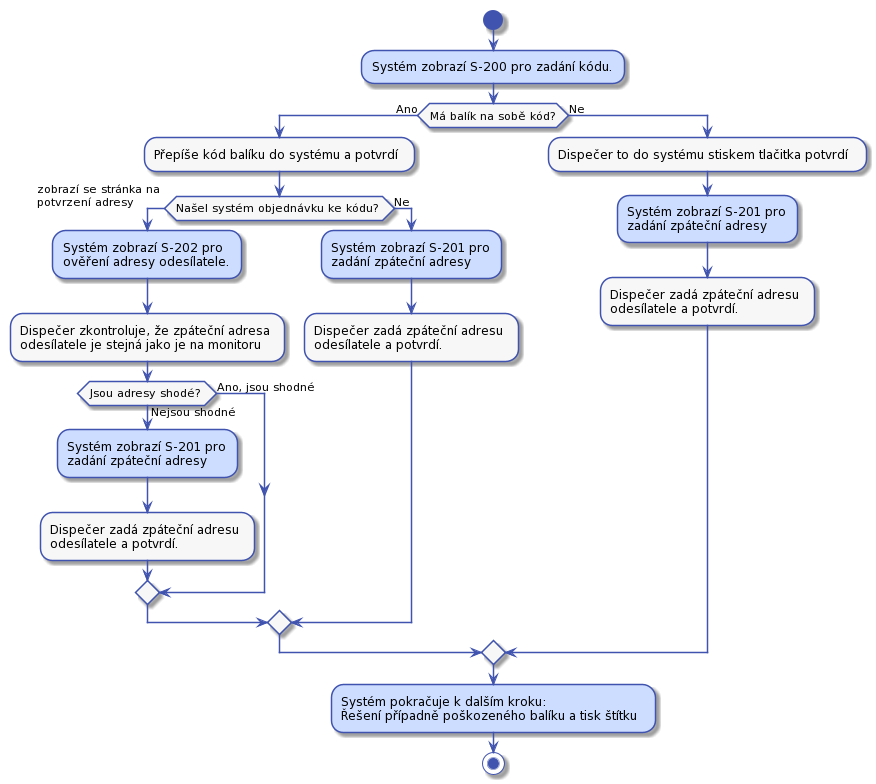
Internet-Handel/postman keeps this PlantUML diagram as docs/diagrams/out/uc-21-activity-2.png. Above is the earlier version.
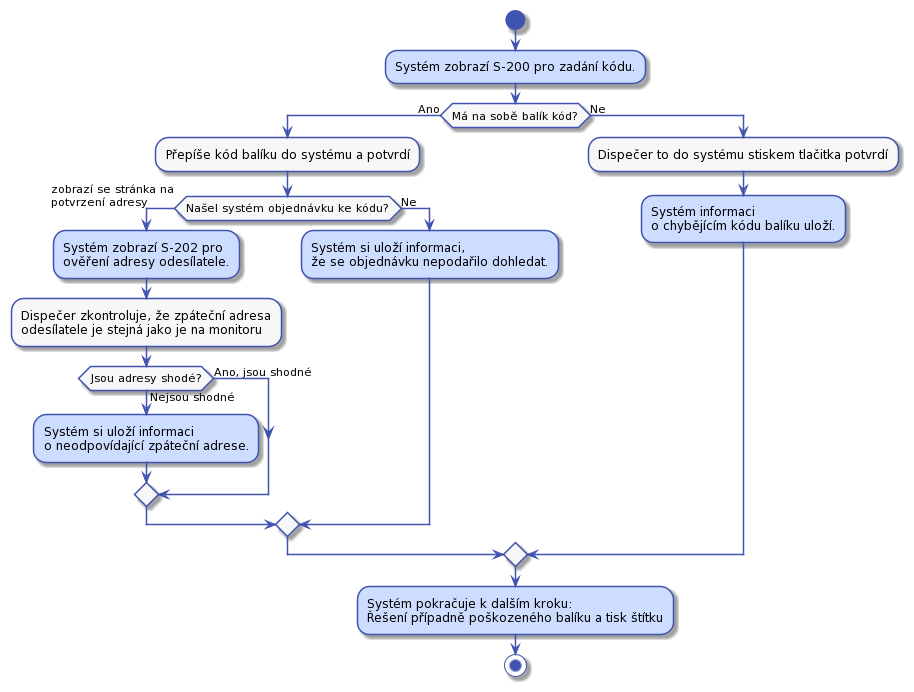
The same diagram one commit later.

Commit message:
Prekreslaena JIRA-143 dispecer nekontroluje zpatecni adresu

What changed in the source:
```diff
@@ -1,96 +1,93 @@
 @startuml
+!$col1 = "#F7F7F7"
 
+!$col2 = "#CDDDFF"
 
+!$col4 = "#4053AF"
 
 skinparam activity {
-    BorderColor #4053AF
-    ArrowColor #4053AF
+    BorderColor $col4
+    ArrowColor $col4
     FontName Roboto
-    BackgroundColor #F7F7F7
-    StartColor #4053AF
-    EndColor #4053AF
+    BackgroundColor $col1
+    StartColor $col4
+    EndColor $col4
 }
 
 skinparam activityDiamond {
-    BorderColor #4053AF
-    ArrowColor #4053AF
+    BorderColor $col4
+    ArrowColor $col4
     FontName Roboto
-    BackgroundColor #F7F7F7
+    BackgroundColor $col1
 }
 
 skinparam actor {
-    BorderColor #4053AF
-    ArrowColor #4053AF
+    BorderColor $col4
+    ArrowColor $col4
     FontName Roboto
-    BackgroundColor #F7F7F7
+    BackgroundColor $col1
 }
 
 skinparam useCase {
-    BorderColor #4053AF
-    ArrowColor #4053AF
+    BorderColor $col4
+    ArrowColor $col4
     FontName Roboto
-    BackgroundColor #F7F7F7
+    BackgroundColor $col1
 }
 
 skinparam state {
-    BorderColor #4053AF
-    ArrowColor #4053AF
+    BorderColor $col4
+    ArrowColor $col4
     FontName Roboto
-    BackgroundColor #F7F7F7
+    BackgroundColor $col1
 }
 
 skinparam sequence {
-    ParticipantBorderColor #4053AF
-    ParticipantBackgroundColor #F7F7F7
+    ParticipantBorderColor $col4
+    ParticipantBackgroundColor $col1
 }
 
 skinparam note {
-    BorderColor #4053AF
-    BackgroundColor #F7F7F7
+    BorderColor $col4
+    BackgroundColor $col1
 }
 
 skinparam object {
-    BorderColor #4053AF
-    BackgroundColor #F7F7F7
+    BorderColor $col4
+    BackgroundColor $col1
 }
 
 skinparam class {
-    BorderColor #4053AF
-    BackgroundColor #F7F7F7
+    BorderColor $col4
+    BackgroundColor $col1
 }
 
 
 start
-#CDDDFF:Systém zobrazí S-200 pro zadání kódu.;
-if (Má balík na sobě kód?) then (Ano)
+$col2:Systém zobrazí S-200 pro zadání kódu.;
+if (Má na sobě balík kód?) then (Ano)
     :Přepíše kód balíku do systému a potvrdí;
     if (Našel systém objednávku ke kódu?) then (Ano)
         -> zobrazí se stránka na\npotvrzení adresy;
-        #CDDDFF:Systém zobrazí S-202 pro
+        $col2:Systém zobrazí S-202 pro
         ověření adresy odesílatele.;
         :Dispečer zkontroluje, že zpáteční adresa
         odesílatele je stejná jako je na monitoru;
         if (Jsou adresy shodé?) then (Ano, jsou shodné)
         else (Nejsou shodné)
-            #CDDDFF:Systém zobrazí S-201 pro
-            zadání zpáteční adresy ;
-            :Dispečer zadá zpáteční adresu
-            odesílatele a potvrdí.;
+            $col2:Systém si uloží informaci
+            o neodpovídající zpáteční adrese.;
         endif
     else (Ne)
-        #CDDDFF:Systém zobrazí S-201 pro
-        zadání zpáteční adresy ;
-        :Dispečer zadá zpáteční adresu
-        odesílatele a potvrdí.;
+        $col2:Systém si uloží informaci,
+        že se objednávku nepodařilo dohledat.;
     endif
 else (Ne)
     :Dispečer to do systému stiskem tlačitka potvrdí;
-    #CDDDFF:Systém zobrazí S-201 pro
-    zadání zpáteční adresy ;
-    :Dispečer zadá zpáteční adresu
-    odesílatele a potvrdí.;
+    $col2:Systém informaci
+    o chybějícím kódu balíku uloží.;
 endif
-#CDDDFF:Systém pokračuje k dalším kroku:
+$col2:Systém pokračuje k dalším kroku:
 Řešení případně poškozeného balíku a tisk štítku;
 stop
 @enduml
```
